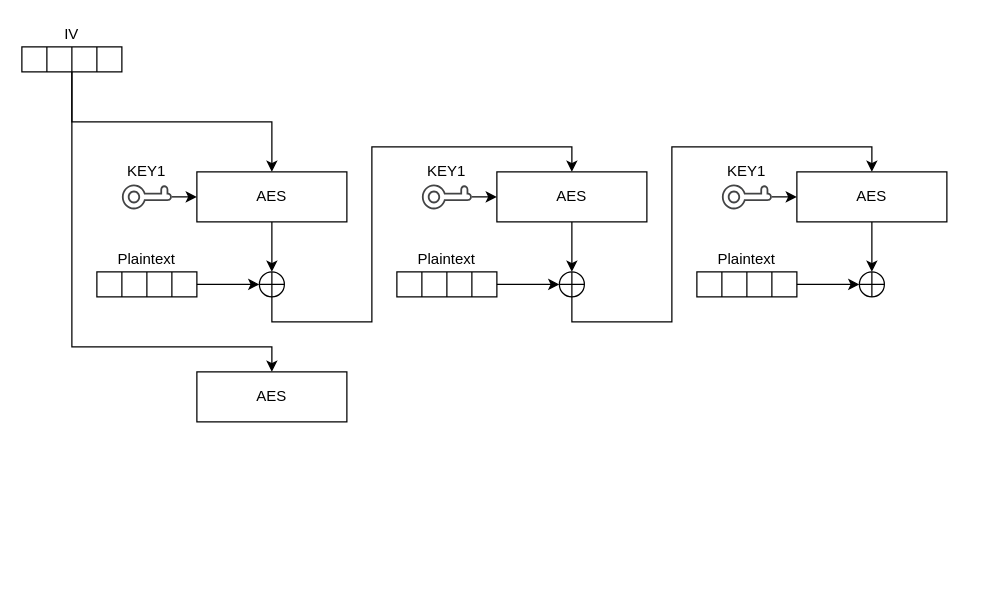
The draw.io diagram img/DCFB.drawio in kildom/ohome-docs, before the edit. Source tidied: cells renumbered, new cells numbered last; positions are measured from the earlier drawing's top-left corner, leaving out a move shared by most shapes. Both pictures are drawn from the tidied source at 125%, with x=0, y=0 at pixel (21, 21).
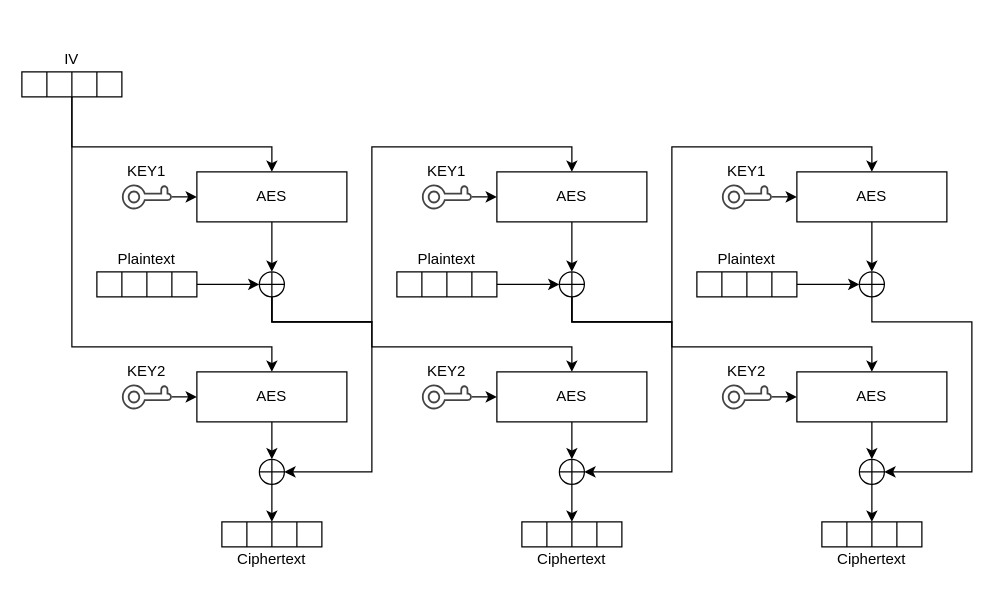
The same diagram, later.

Unchanged cells that the change refers to:
```xml
<mxCell id="4" style="rounded=0;whiteSpace=wrap;html=1;" parent="2" vertex="1">
  <mxGeometry y="20" width="80" height="20" as="geometry" />
</mxCell>
<mxCell id="15" value="AES" style="rounded=0;whiteSpace=wrap;html=1;" parent="1" vertex="1">
  <mxGeometry x="140" y="120" width="120" height="40" as="geometry" />
</mxCell>
<mxCell id="21" style="shape=orEllipse;perimeter=ellipsePerimeter;whiteSpace=wrap;html=1;backgroundOutline=1;" parent="1" vertex="1">
  <mxGeometry x="190" y="200" width="20" height="20" as="geometry" />
</mxCell>
<mxCell id="35" style="shape=orEllipse;perimeter=ellipsePerimeter;whiteSpace=wrap;html=1;backgroundOutline=1;" parent="1" vertex="1">
  <mxGeometry x="430" y="200" width="20" height="20" as="geometry" />
</mxCell>
<mxCell id="50" style="shape=orEllipse;perimeter=ellipsePerimeter;whiteSpace=wrap;html=1;backgroundOutline=1;" parent="1" vertex="1">
  <mxGeometry x="670" y="200" width="20" height="20" as="geometry" />
</mxCell>
<mxCell id="53" value="AES" style="rounded=0;whiteSpace=wrap;html=1;" parent="1" vertex="1">
  <mxGeometry x="140" y="280" width="120" height="40" as="geometry" />
</mxCell>
```

What changed in the source:
```diff
@@
     <mxCell id="2" style="group;" parent="1" vertex="1">
-      <mxGeometry width="80" height="40" as="geometry" />
+      <mxGeometry y="20" width="80" height="40" as="geometry" />
     </mxCell>
@@
     <mxCell id="20" style="edgeStyle=orthogonalEdgeStyle;rounded=0;jettySize=auto;html=1;exitX=0.5;exitY=1;exitDx=0;exitDy=0;" parent="1" edge="1" source="4" target="15">
-      <mxGeometry relative="1" as="geometry" />
+      <mxGeometry relative="1" as="geometry">
+        <Array as="points">
+          <mxPoint x="40" y="100" />
+          <mxPoint x="200" y="100" />
+        </Array>
+      </mxGeometry>
     </mxCell>
+    <mxCell id="55" style="edgeStyle=orthogonalEdgeStyle;rounded=0;jettySize=auto;html=1;exitX=0.5;exitY=1;exitDx=0;exitDy=0;entryX=1;entryY=0.5;entryDx=0;entryDy=0;" parent="1" edge="1" source="21" target="72">
+      <mxGeometry relative="1" as="geometry">
+        <Array as="points">
+          <mxPoint x="200" y="240" />
+          <mxPoint x="280" y="240" />
+          <mxPoint x="280" y="360" />
+        </Array>
+      </mxGeometry>
+    </mxCell>
+    <mxCell id="56" style="edgeStyle=orthogonalEdgeStyle;rounded=0;jettySize=auto;html=1;exitX=0.5;exitY=1;exitDx=0;exitDy=0;entryX=0.5;entryY=0;entryDx=0;entryDy=0;" parent="1" edge="1" source="21" target="74">
+      <mxGeometry relative="1" as="geometry">
+        <Array as="points">
+          <mxPoint x="200" y="240" />
+          <mxPoint x="280" y="240" />
+          <mxPoint x="280" y="260" />
+          <mxPoint x="440" y="260" />
+        </Array>
+      </mxGeometry>
+    </mxCell>
@@
+    <mxCell id="57" style="edgeStyle=orthogonalEdgeStyle;rounded=0;jettySize=auto;html=1;exitX=0.5;exitY=1;exitDx=0;exitDy=0;entryX=1;entryY=0.5;entryDx=0;entryDy=0;" parent="1" edge="1" source="35" target="86">
+      <mxGeometry relative="1" as="geometry">
+        <Array as="points">
+          <mxPoint x="440" y="240" />
+          <mxPoint x="520" y="240" />
+          <mxPoint x="520" y="360" />
+        </Array>
+      </mxGeometry>
+    </mxCell>
+    <mxCell id="58" style="edgeStyle=orthogonalEdgeStyle;rounded=0;jettySize=auto;html=1;exitX=0.5;exitY=1;exitDx=0;exitDy=0;entryX=0.5;entryY=0;entryDx=0;entryDy=0;" parent="1" edge="1" source="35" target="88">
+      <mxGeometry relative="1" as="geometry">
+        <Array as="points">
+          <mxPoint x="440" y="240" />
+          <mxPoint x="520" y="240" />
+          <mxPoint x="520" y="260" />
+          <mxPoint x="680" y="260" />
+        </Array>
+      </mxGeometry>
+    </mxCell>
@@
+    <mxCell id="59" style="edgeStyle=orthogonalEdgeStyle;rounded=0;jettySize=auto;html=1;exitX=0.5;exitY=1;exitDx=0;exitDy=0;entryX=1;entryY=0.5;entryDx=0;entryDy=0;" parent="1" edge="1" source="50" target="100">
+      <mxGeometry relative="1" as="geometry">
+        <Array as="points">
+          <mxPoint x="680" y="240" />
+          <mxPoint x="760" y="240" />
+          <mxPoint x="760" y="360" />
+        </Array>
+      </mxGeometry>
+    </mxCell>
@@
+    <mxCell id="60" style="edgeStyle=orthogonalEdgeStyle;rounded=0;jettySize=auto;html=1;exitX=0.5;exitY=1;exitDx=0;exitDy=0;entryX=0.5;entryY=0;entryDx=0;entryDy=0;" parent="1" edge="1" source="53" target="72">
+      <mxGeometry relative="1" as="geometry" />
+    </mxCell>
@@
+    <mxCell id="61" style="group;" parent="1" vertex="1">
+      <mxGeometry x="80" y="270" width="40" height="40" as="geometry" />
+    </mxCell>
+    <mxCell id="62" style="shadow=0;dashed=0;html=1;strokeColor=none;fillColor=#434445;labelPosition=center;verticalLabelPosition=bottom;verticalAlign=top;align=center;outlineConnect=0;shape=mxgraph.vvd.key;rotation=-90;" parent="61" vertex="1">
+      <mxGeometry x="10" y="10" width="20" height="40" as="geometry" />
+    </mxCell>
+    <mxCell id="63" value="KEY2" style="text;html=1;strokeColor=none;fillColor=none;align=center;verticalAlign=middle;whiteSpace=wrap;rounded=0;" parent="61" vertex="1">
+      <mxGeometry width="40" height="20" as="geometry" />
+    </mxCell>
+    <mxCell id="64" style="edgeStyle=none;rounded=0;jettySize=auto;html=1;entryX=0;entryY=0.5;entryDx=0;entryDy=0;" parent="1" edge="1" source="62" target="53">
+      <mxGeometry relative="1" as="geometry" />
+    </mxCell>
+    <mxCell id="65" style="group;" parent="1" vertex="1">
+      <mxGeometry x="160" y="400" width="80" height="40" as="geometry" />
+    </mxCell>
+    <mxCell id="66" value="Ciphertext" style="text;html=1;strokeColor=none;fillColor=none;align=center;verticalAlign=middle;whiteSpace=wrap;rounded=0;" parent="65" vertex="1">
+      <mxGeometry y="20" width="80" height="20" as="geometry" />
+    </mxCell>
+    <mxCell id="67" style="rounded=0;whiteSpace=wrap;html=1;" parent="65" vertex="1">
+      <mxGeometry width="80" height="20" as="geometry" />
+    </mxCell>
+    <mxCell id="68" style="endArrow=none;html=1;entryX=0.25;entryY=0;entryDx=0;entryDy=0;exitX=0.25;exitY=1;exitDx=0;exitDy=0;" parent="65" edge="1" source="67" target="67">
+      <mxGeometry relative="1" as="geometry" />
+    </mxCell>
+    <mxCell id="69" style="endArrow=none;html=1;entryX=0.5;entryY=0;entryDx=0;entryDy=0;exitX=0.5;exitY=1;exitDx=0;exitDy=0;" parent="65" edge="1" source="67" target="67">
+      <mxGeometry relative="1" as="geometry" />
+    </mxCell>
+    <mxCell id="70" style="endArrow=none;html=1;entryX=0.75;entryY=0;entryDx=0;entryDy=0;exitX=0.75;exitY=1;exitDx=0;exitDy=0;" parent="65" edge="1" source="67" target="67">
+      <mxGeometry relative="1" as="geometry" />
+    </mxCell>
+    <mxCell id="71" style="edgeStyle=orthogonalEdgeStyle;rounded=0;jettySize=auto;html=1;exitX=0.5;exitY=1;exitDx=0;exitDy=0;entryX=0.5;entryY=0;entryDx=0;entryDy=0;" parent="1" edge="1" source="72" target="67">
+      <mxGeometry relative="1" as="geometry" />
+    </mxCell>
+    <mxCell id="72" style="shape=orEllipse;perimeter=ellipsePerimeter;whiteSpace=wrap;html=1;backgroundOutline=1;" parent="1" vertex="1">
+      <mxGeometry x="190" y="350" width="20" height="20" as="geometry" />
+    </mxCell>
+    <mxCell id="73" style="edgeStyle=orthogonalEdgeStyle;rounded=0;jettySize=auto;html=1;exitX=0.5;exitY=1;exitDx=0;exitDy=0;entryX=0.5;entryY=0;entryDx=0;entryDy=0;" parent="1" edge="1" source="74" target="86">
+      <mxGeometry relative="1" as="geometry" />
+    </mxCell>
+    <mxCell id="74" value="AES" style="rounded=0;whiteSpace=wrap;html=1;" parent="1" vertex="1">
+      <mxGeometry x="380" y="280" width="120" height="40" as="geometry" />
+    </mxCell>
+    <mxCell id="75" style="group;" parent="1" vertex="1">
+      <mxGeometry x="320" y="270" width="40" height="40" as="geometry" />
+    </mxCell>
+    <mxCell id="76" style="shadow=0;dashed=0;html=1;strokeColor=none;fillColor=#434445;labelPosition=center;verticalLabelPosition=bottom;verticalAlign=top;align=center;outlineConnect=0;shape=mxgraph.vvd.key;rotation=-90;" parent="75" vertex="1">
+      <mxGeometry x="10" y="10" width="20" height="40" as="geometry" />
+    </mxCell>
+    <mxCell id="77" value="KEY2" style="text;html=1;strokeColor=none;fillColor=none;align=center;verticalAlign=middle;whiteSpace=wrap;rounded=0;" parent="75" vertex="1">
+      <mxGeometry width="40" height="20" as="geometry" />
+    </mxCell>
+    <mxCell id="78" style="edgeStyle=none;rounded=0;jettySize=auto;html=1;entryX=0;entryY=0.5;entryDx=0;entryDy=0;" parent="1" edge="1" source="76" target="74">
+      <mxGeometry relative="1" as="geometry" />
+    </mxCell>
+    <mxCell id="79" style="group;" parent="1" vertex="1">
+      <mxGeometry x="400" y="400" width="80" height="40" as="geometry" />
+    </mxCell>
+    <mxCell id="80" value="Ciphertext" style="text;html=1;strokeColor=none;fillColor=none;align=center;verticalAlign=middle;whiteSpace=wrap;rounded=0;" parent="79" vertex="1">
+      <mxGeometry y="20" width="80" height="20" as="geometry" />
+    </mxCell>
+    <mxCell id="81" style="rounded=0;whiteSpace=wrap;html=1;" parent="79" vertex="1">
+      <mxGeometry width="80" height="20" as="geometry" />
+    </mxCell>
+    <mxCell id="82" style="endArrow=none;html=1;entryX=0.25;entryY=0;entryDx=0;entryDy=0;exitX=0.25;exitY=1;exitDx=0;exitDy=0;" parent="79" edge="1" source="81" target="81">
+      <mxGeometry relative="1" as="geometry" />
+    </mxCell>
+    <mxCell id="83" style="endArrow=none;html=1;entryX=0.5;entryY=0;entryDx=0;entryDy=0;exitX=0.5;exitY=1;exitDx=0;exitDy=0;" parent="79" edge="1" source="81" target="81">
+      <mxGeometry relative="1" as="geometry" />
+    </mxCell>
+    <mxCell id="84" style="endArrow=none;html=1;entryX=0.75;entryY=0;entryDx=0;entryDy=0;exitX=0.75;exitY=1;exitDx=0;exitDy=0;" parent="79" edge="1" source="81" target="81">
+      <mxGeometry relative="1" as="geometry" />
+    </mxCell>
+    <mxCell id="85" style="edgeStyle=orthogonalEdgeStyle;rounded=0;jettySize=auto;html=1;exitX=0.5;exitY=1;exitDx=0;exitDy=0;entryX=0.5;entryY=0;entryDx=0;entryDy=0;" parent="1" edge="1" source="86" target="81">
+      <mxGeometry relative="1" as="geometry" />
+    </mxCell>
+    <mxCell id="86" style="shape=orEllipse;perimeter=ellipsePerimeter;whiteSpace=wrap;html=1;backgroundOutline=1;" parent="1" vertex="1">
+      <mxGeometry x="430" y="350" width="20" height="20" as="geometry" />
+    </mxCell>
+    <mxCell id="87" style="edgeStyle=orthogonalEdgeStyle;rounded=0;jettySize=auto;html=1;exitX=0.5;exitY=1;exitDx=0;exitDy=0;entryX=0.5;entryY=0;entryDx=0;entryDy=0;" parent="1" edge="1" source="88" target="100">
+      <mxGeometry relative="1" as="geometry" />
+    </mxCell>
+    <mxCell id="88" value="AES" style="rounded=0;whiteSpace=wrap;html=1;" parent="1" vertex="1">
+      <mxGeometry x="620" y="280" width="120" height="40" as="geometry" />
+    </mxCell>
+    <mxCell id="89" style="group;" parent="1" vertex="1">
+      <mxGeometry x="560" y="270" width="40" height="40" as="geometry" />
+    </mxCell>
+    <mxCell id="90" style="shadow=0;dashed=0;html=1;strokeColor=none;fillColor=#434445;labelPosition=center;verticalLabelPosition=bottom;verticalAlign=top;align=center;outlineConnect=0;shape=mxgraph.vvd.key;rotation=-90;" parent="89" vertex="1">
+      <mxGeometry x="10" y="10" width="20" height="40" as="geometry" />
+    </mxCell>
+    <mxCell id="91" value="KEY2" style="text;html=1;strokeColor=none;fillColor=none;align=center;verticalAlign=middle;whiteSpace=wrap;rounded=0;" parent="89" vertex="1">
+      <mxGeometry width="40" height="20" as="geometry" />
+    </mxCell>
+    <mxCell id="92" style="edgeStyle=none;rounded=0;jettySize=auto;html=1;entryX=0;entryY=0.5;entryDx=0;entryDy=0;" parent="1" edge="1" source="90" target="88">
+      <mxGeometry relative="1" as="geometry" />
+    </mxCell>
+    <mxCell id="93" style="group;" parent="1" vertex="1">
+      <mxGeometry x="640" y="400" width="80" height="40" as="geometry" />
+    </mxCell>
+    <mxCell id="94" value="Ciphertext" style="text;html=1;strokeColor=none;fillColor=none;align=center;verticalAlign=middle;whiteSpace=wrap;rounded=0;" parent="93" vertex="1">
+      <mxGeometry y="20" width="80" height="20" as="geometry" />
+    </mxCell>
+    <mxCell id="95" style="rounded=0;whiteSpace=wrap;html=1;" parent="93" vertex="1">
+      <mxGeometry width="80" height="20" as="geometry" />
+    </mxCell>
+    <mxCell id="96" style="endArrow=none;html=1;entryX=0.25;entryY=0;entryDx=0;entryDy=0;exitX=0.25;exitY=1;exitDx=0;exitDy=0;" parent="93" edge="1" source="95" target="95">
+      <mxGeometry relative="1" as="geometry" />
+    </mxCell>
+    <mxCell id="97" style="endArrow=none;html=1;entryX=0.5;entryY=0;entryDx=0;entryDy=0;exitX=0.5;exitY=1;exitDx=0;exitDy=0;" parent="93" edge="1" source="95" target="95">
+      <mxGeometry relative="1" as="geometry" />
+    </mxCell>
+    <mxCell id="98" style="endArrow=none;html=1;entryX=0.75;entryY=0;entryDx=0;entryDy=0;exitX=0.75;exitY=1;exitDx=0;exitDy=0;" parent="93" edge="1" source="95" target="95">
+      <mxGeometry relative="1" as="geometry" />
+    </mxCell>
+    <mxCell id="99" style="edgeStyle=orthogonalEdgeStyle;rounded=0;jettySize=auto;html=1;exitX=0.5;exitY=1;exitDx=0;exitDy=0;entryX=0.5;entryY=0;entryDx=0;entryDy=0;" parent="1" edge="1" source="100" target="95">
+      <mxGeometry relative="1" as="geometry" />
+    </mxCell>
+    <mxCell id="100" style="shape=orEllipse;perimeter=ellipsePerimeter;whiteSpace=wrap;html=1;backgroundOutline=1;" parent="1" vertex="1">
+      <mxGeometry x="670" y="350" width="20" height="20" as="geometry" />
+    </mxCell>
```
